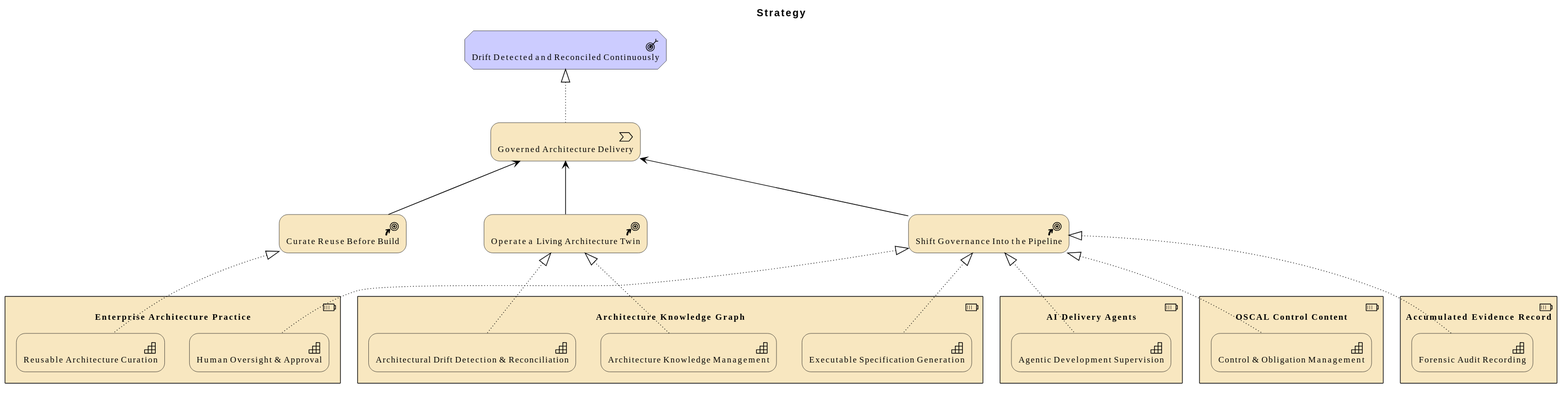
Earlier version of the PlantUML export architecture/model/diagrams/vision/4-strategy.svg (wolffy-au/frictionless-architect).
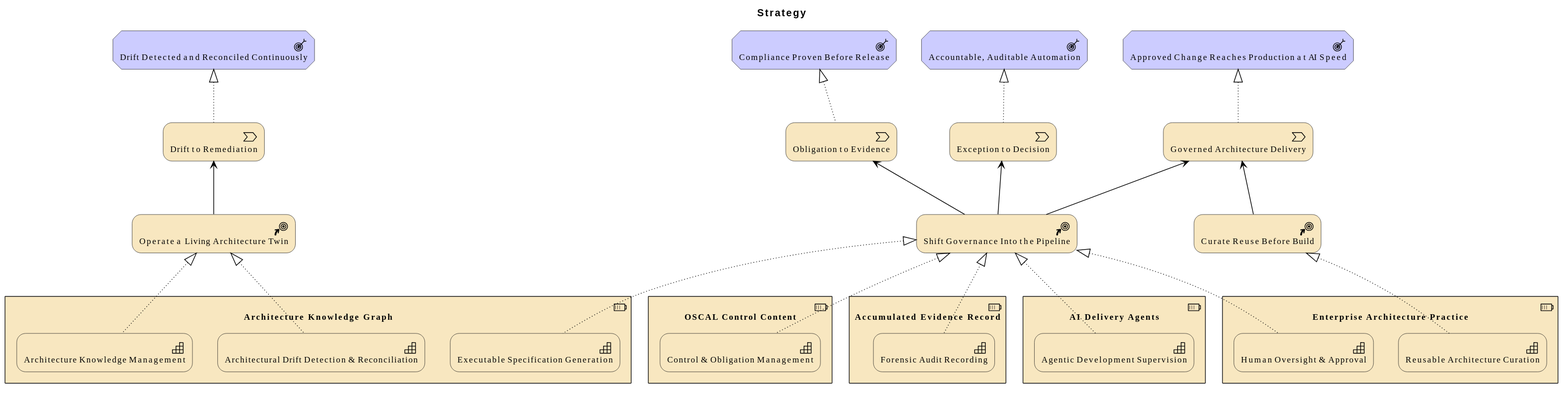
Later version of the same file.

What changed in the source:
```diff
@@ -4,6 +4,9 @@
 title Strategy
 
 Motivation_Outcome(e_id79b6a1e545325d, "Drift Detected and Reconciled Continuously")
+Motivation_Outcome(e_id3be36e7ab88a59, "Approved Change Reaches Production at AI Speed")
+Motivation_Outcome(e_id4f39e9ec8e4656, "Compliance Proven Before Release")
+Motivation_Outcome(e_ide8275430b0ad5e, "Accountable, Auditable Automation")
 Strategy_CourseOfAction(e_ida9babe1fe97050, "Shift Governance Into the Pipeline")
 Strategy_CourseOfAction(e_id78f58d32222658, "Operate a Living Architecture Twin")
 Strategy_CourseOfAction(e_id0b01ce08664e58, "Curate Reuse Before Build")
@@ -26,6 +29,9 @@
   Strategy_Capability(e_idc29413a2099958, "Forensic Audit Recording")
 }
 Strategy_ValueStream(e_idcd5e1d4017725d, "Governed Architecture Delivery")
+Strategy_ValueStream(e_id7ee8cdbf8ddc57, "Obligation to Evidence")
+Strategy_ValueStream(e_idc55b78731ffe56, "Exception to Decision")
+Strategy_ValueStream(e_idfa7e21ab28235c, "Drift to Remediation")
 
 Rel_Realization_Up(e_idafba1b4ab1e756, e_ida9babe1fe97050, "")
 Rel_Realization_Up(e_id4a1c34ab69d151, e_ida9babe1fe97050, "")
@@ -35,8 +41,13 @@
 Rel_Realization_Up(e_id18ec07397a9d5f, e_id78f58d32222658, "")
 Rel_Realization_Up(e_id41aa3eb894c852, e_id78f58d32222658, "")
 Rel_Realization_Up(e_id752d1de3794f5f, e_id0b01ce08664e58, "")
+Rel_Serving_Up(e_id0b01ce08664e58, e_idcd5e1d4017725d, "")
 Rel_Serving_Up(e_ida9babe1fe97050, e_idcd5e1d4017725d, "")
-Rel_Serving_Up(e_id78f58d32222658, e_idcd5e1d4017725d, "")
-Rel_Serving_Up(e_id0b01ce08664e58, e_idcd5e1d4017725d, "")
-Rel_Realization_Up(e_idcd5e1d4017725d, e_id79b6a1e545325d, "")
+Rel_Serving_Up(e_ida9babe1fe97050, e_id7ee8cdbf8ddc57, "")
+Rel_Serving_Up(e_ida9babe1fe97050, e_idc55b78731ffe56, "")
+Rel_Serving_Up(e_id78f58d32222658, e_idfa7e21ab28235c, "")
+Rel_Realization_Up(e_idcd5e1d4017725d, e_id3be36e7ab88a59, "")
+Rel_Realization_Up(e_id7ee8cdbf8ddc57, e_id4f39e9ec8e4656, "")
+Rel_Realization_Up(e_idc55b78731ffe56, e_ide8275430b0ad5e, "")
+Rel_Realization_Up(e_idfa7e21ab28235c, e_id79b6a1e545325d, "")
 @enduml
```
